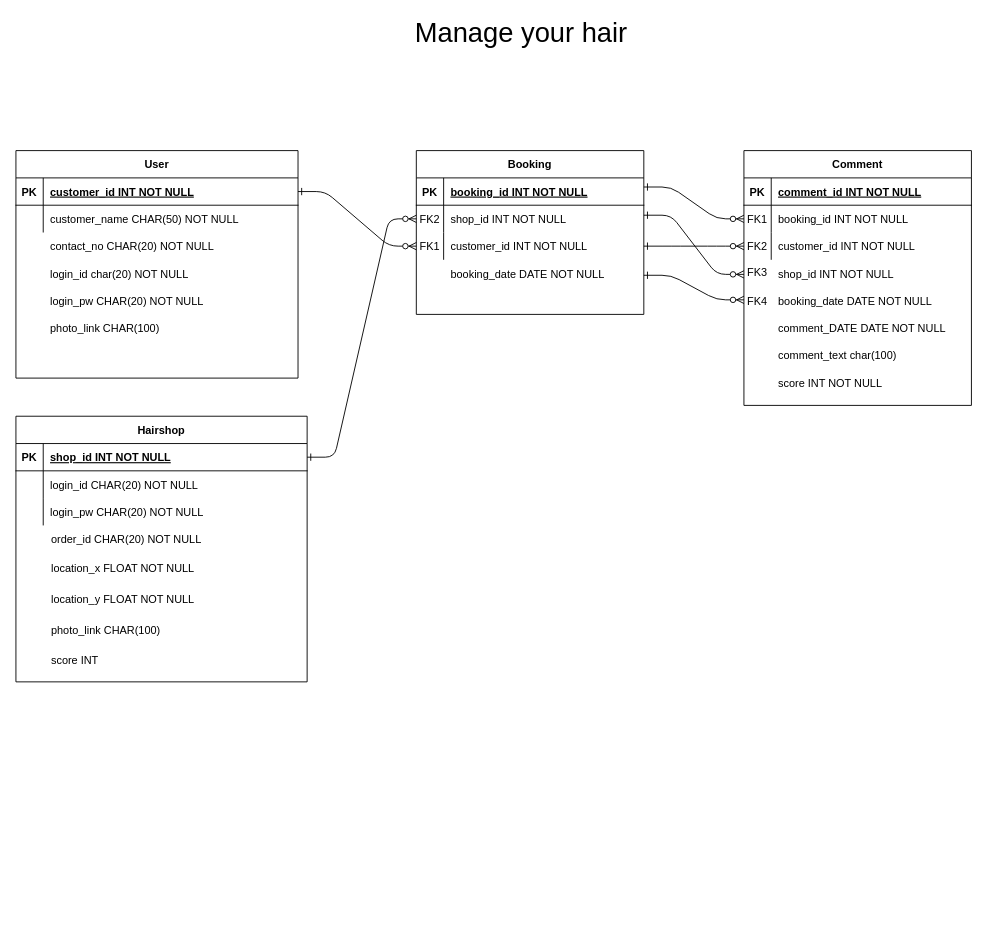
Earlier version of the draw.io diagram Untitled Diagram.drawio (pinkishincoloragain/manageyourhair). Source tidied: cells renumbered, new cells numbered last; positions are measured from the earlier drawing's top-left corner, leaving out a move shared by most shapes. Both pictures are drawn from the tidied source at 91%, with x=0, y=0 at pixel (15, 18).
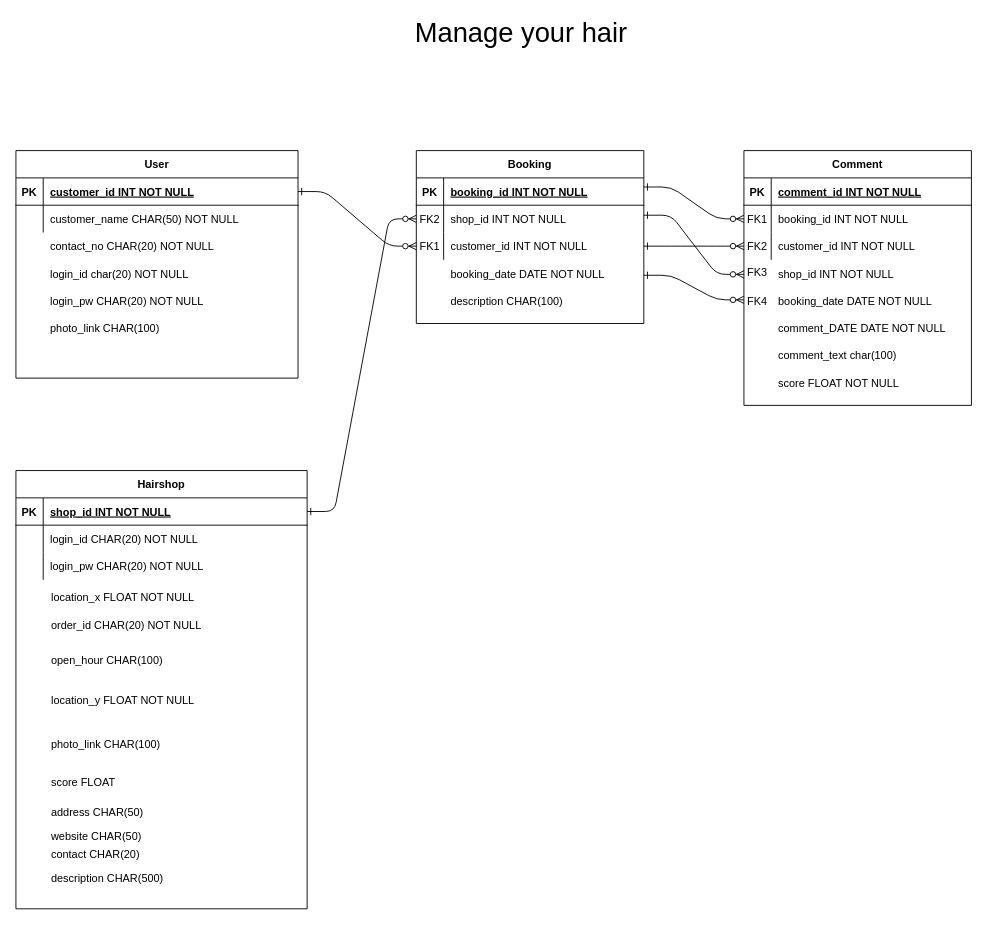
Above is the later version.

Unchanged cells that the change refers to:
```xml
<mxCell id="64" style="group;" parent="1" vertex="1">
  <mxGeometry x="800" y="145" width="250" height="280" as="geometry" />
</mxCell>
```

The edit, as a diff of the source:
```diff
@@
     <mxCell id="2" value="Booking" style="shape=table;startSize=30;childLayout=tableLayout;rowLines=0;fontStyle=1;align=center;" parent="1" vertex="1">
-      <mxGeometry x="440" y="145" width="250" height="180" as="geometry" />
+      <mxGeometry x="440" y="145" width="250" height="190" as="geometry" />
     </mxCell>
@@
     <mxCell id="37" style="group;" parent="1" vertex="1">
-      <mxGeometry y="345" width="320" height="400" as="geometry" />
+      <mxGeometry y="345" width="320" height="660" as="geometry" />
     </mxCell>
     <mxCell id="38" style="group;" parent="37" vertex="1">
-      <mxGeometry y="108.1" width="320" height="291.9" as="geometry" />
+      <mxGeometry y="178.4" width="320" height="481.6" as="geometry" />
     </mxCell>
     <mxCell id="39" value="Hairshop" style="shape=table;startSize=30;childLayout=tableLayout;rowLines=0;fontStyle=1;align=center;" parent="38" vertex="1">
-      <mxGeometry y="-16.2" width="320" height="291.9" as="geometry" />
+      <mxGeometry y="-26.8" width="320" height="481.6" as="geometry" />
     </mxCell>
@@
+    <mxCell id="61" style="shape=partialRectangle;fillColor=none;top=0;left=0;right=0;bottom=0;" parent="38" vertex="1">
+      <mxGeometry y="275" width="320" height="80.3" as="geometry" />
+    </mxCell>
+    <mxCell id="62" style="shape=partialRectangle;overflow=hidden;fillColor=none;top=0;left=0;bottom=0;right=0;" parent="61" vertex="1">
+      <mxGeometry width="31" height="80.3" as="geometry" />
+    </mxCell>
+    <mxCell id="63" value="score FLOAT" style="shape=partialRectangle;overflow=hidden;fillColor=none;top=0;left=0;bottom=0;right=0;align=left;spacingLeft=6;" parent="61" vertex="1">
+      <mxGeometry x="31" width="289" height="80.3" as="geometry" />
+    </mxCell>
     <mxCell id="49" style="shape=partialRectangle;fillColor=none;top=0;left=0;right=0;bottom=0;" parent="38" vertex="1">
-      <mxGeometry y="94.6" width="320" height="48.6" as="geometry" />
+      <mxGeometry y="102.7" width="320" height="80.3" as="geometry" />
     </mxCell>
     <mxCell id="50" style="shape=partialRectangle;overflow=hidden;fillColor=none;top=0;left=0;bottom=0;right=0;" parent="49" vertex="1">
-      <mxGeometry width="31" height="48.6" as="geometry" />
+      <mxGeometry width="31" height="80.3" as="geometry" />
     </mxCell>
     <mxCell id="51" value="order_id CHAR(20) NOT NULL" style="shape=partialRectangle;overflow=hidden;fillColor=none;top=0;left=0;bottom=0;right=0;align=left;spacingLeft=6;" parent="49" vertex="1">
-      <mxGeometry x="31" width="289" height="48.6" as="geometry" />
+      <mxGeometry x="31" width="289" height="80.3" as="geometry" />
     </mxCell>
+    <mxCell id="58" style="shape=partialRectangle;fillColor=none;top=0;left=0;right=0;bottom=0;" parent="38" vertex="1">
+      <mxGeometry y="233.5" width="320" height="80.3" as="geometry" />
+    </mxCell>
+    <mxCell id="59" style="shape=partialRectangle;overflow=hidden;fillColor=none;top=0;left=0;bottom=0;right=0;" parent="58" vertex="1">
+      <mxGeometry width="31" height="80.3" as="geometry" />
+    </mxCell>
+    <mxCell id="60" value="photo_link CHAR(100)" style="shape=partialRectangle;overflow=hidden;fillColor=none;top=0;left=0;bottom=0;right=0;align=left;spacingLeft=6;" parent="58" vertex="1">
+      <mxGeometry x="31" width="289" height="80.3" as="geometry" />
+    </mxCell>
     <mxCell id="52" style="shape=partialRectangle;fillColor=none;top=0;left=0;right=0;bottom=0;" parent="38" vertex="1">
-      <mxGeometry y="160" width="320" height="48.6" as="geometry" />
+      <mxGeometry y="184.8" width="320" height="80.3" as="geometry" />
     </mxCell>
     <mxCell id="53" style="shape=partialRectangle;overflow=hidden;fillColor=none;top=0;left=0;bottom=0;right=0;" parent="52" vertex="1">
-      <mxGeometry width="31" height="48.6" as="geometry" />
+      <mxGeometry width="31" height="80.3" as="geometry" />
     </mxCell>
     <mxCell id="54" value="location_y FLOAT NOT NULL" style="shape=partialRectangle;overflow=hidden;fillColor=none;top=0;left=0;bottom=0;right=0;align=left;spacingLeft=6;" parent="52" vertex="1">
-      <mxGeometry x="31" width="289" height="48.6" as="geometry" />
+      <mxGeometry x="31" width="289" height="80.3" as="geometry" />
     </mxCell>
+    <mxCell id="87" style="shape=partialRectangle;fillColor=none;top=0;left=0;right=0;bottom=0;" parent="38" vertex="1">
+      <mxGeometry y="298.3" width="320" height="80.3" as="geometry" />
+    </mxCell>
+    <mxCell id="88" style="shape=partialRectangle;overflow=hidden;fillColor=none;top=0;left=0;bottom=0;right=0;" parent="87" vertex="1">
+      <mxGeometry width="31" height="80.3" as="geometry" />
+    </mxCell>
     <mxCell id="55" style="shape=partialRectangle;fillColor=none;top=0;left=0;right=0;bottom=0;" parent="38" vertex="1">
-      <mxGeometry y="126.5" width="320" height="48.6" as="geometry" />
+      <mxGeometry y="71.6" width="320" height="80.3" as="geometry" />
     </mxCell>
     <mxCell id="56" style="shape=partialRectangle;overflow=hidden;fillColor=none;top=0;left=0;bottom=0;right=0;" parent="55" vertex="1">
-      <mxGeometry width="31" height="48.6" as="geometry" />
+      <mxGeometry width="31" height="80.3" as="geometry" />
     </mxCell>
     <mxCell id="57" value="location_x FLOAT NOT NULL" style="shape=partialRectangle;overflow=hidden;fillColor=none;top=0;left=0;bottom=0;right=0;align=left;spacingLeft=6;" parent="55" vertex="1">
-      <mxGeometry x="31" width="289" height="48.6" as="geometry" />
+      <mxGeometry x="31" width="289" height="80.3" as="geometry" />
     </mxCell>
-    <mxCell id="58" style="shape=partialRectangle;fillColor=none;top=0;left=0;right=0;bottom=0;" parent="38" vertex="1">
-      <mxGeometry y="194.6" width="320" height="48.6" as="geometry" />
-    </mxCell>
-    <mxCell id="59" style="shape=partialRectangle;overflow=hidden;fillColor=none;top=0;left=0;bottom=0;right=0;" parent="58" vertex="1">
-      <mxGeometry width="31" height="48.6" as="geometry" />
-    </mxCell>
-    <mxCell id="60" value="photo_link CHAR(100)" style="shape=partialRectangle;overflow=hidden;fillColor=none;top=0;left=0;bottom=0;right=0;align=left;spacingLeft=6;" parent="58" vertex="1">
-      <mxGeometry x="31" width="289" height="48.6" as="geometry" />
-    </mxCell>
-    <mxCell id="61" style="shape=partialRectangle;fillColor=none;top=0;left=0;right=0;bottom=0;" parent="38" vertex="1">
-      <mxGeometry y="227" width="320" height="48.6" as="geometry" />
-    </mxCell>
-    <mxCell id="62" style="shape=partialRectangle;overflow=hidden;fillColor=none;top=0;left=0;bottom=0;right=0;" parent="61" vertex="1">
-      <mxGeometry width="31" height="48.6" as="geometry" />
-    </mxCell>
-    <mxCell id="63" value="score INT" style="shape=partialRectangle;overflow=hidden;fillColor=none;top=0;left=0;bottom=0;right=0;align=left;spacingLeft=6;" parent="61" vertex="1">
-      <mxGeometry x="31" width="289" height="48.6" as="geometry" />
-    </mxCell>
+    <mxCell id="89" style="shape=partialRectangle;fillColor=none;top=0;left=0;right=0;bottom=0;" parent="38" vertex="1">
+      <mxGeometry y="141.6" width="320" height="80.3" as="geometry" />
+    </mxCell>
+    <mxCell id="90" style="shape=partialRectangle;overflow=hidden;fillColor=none;top=0;left=0;bottom=0;right=0;" parent="89" vertex="1">
+      <mxGeometry width="31" height="80.3" as="geometry" />
+    </mxCell>
+    <mxCell id="91" value="open_hour CHAR(100)" style="shape=partialRectangle;overflow=hidden;fillColor=none;top=0;left=0;bottom=0;right=0;align=left;spacingLeft=6;" parent="89" vertex="1">
+      <mxGeometry x="31" width="289" height="80.3" as="geometry" />
+    </mxCell>
+    <mxCell id="92" style="shape=partialRectangle;fillColor=none;top=0;left=0;right=0;bottom=0;" parent="38" vertex="1">
+      <mxGeometry y="353.2" width="320" height="41.9" as="geometry" />
+    </mxCell>
+    <mxCell id="93" style="shape=partialRectangle;overflow=hidden;fillColor=none;top=0;left=0;bottom=0;right=0;" parent="92" vertex="1">
+      <mxGeometry width="31" height="41.9" as="geometry" />
+    </mxCell>
+    <mxCell id="94" value="website CHAR(50)" style="shape=partialRectangle;overflow=hidden;fillColor=none;top=0;left=0;bottom=0;right=0;align=left;spacingLeft=6;" parent="92" vertex="1">
+      <mxGeometry x="31" width="289" height="41.9" as="geometry" />
+    </mxCell>
+    <mxCell id="95" value="address CHAR(50)" style="shape=partialRectangle;overflow=hidden;fillColor=none;top=0;left=0;bottom=0;right=0;align=left;spacingLeft=6;" parent="38" vertex="1">
+      <mxGeometry x="31" y="331.6" width="289" height="34" as="geometry" />
+    </mxCell>
+    <mxCell id="96" value="contact CHAR(20) " style="shape=partialRectangle;overflow=hidden;fillColor=none;top=0;left=0;bottom=0;right=0;align=left;spacingLeft=6;" parent="38" vertex="1">
+      <mxGeometry x="31" y="381.6" width="289" height="25.9" as="geometry" />
+    </mxCell>
+    <mxCell id="97" value="description CHAR(500) " style="shape=partialRectangle;overflow=hidden;fillColor=none;top=0;left=0;bottom=0;right=0;align=left;spacingLeft=6;" parent="38" vertex="1">
+      <mxGeometry x="31" y="407.6" width="289" height="25.9" as="geometry" />
+    </mxCell>
@@
-    <mxCell id="81" value="score INT NOT NULL" style="shape=partialRectangle;overflow=hidden;fillColor=none;top=0;left=0;bottom=0;right=0;align=left;spacingLeft=6;" parent="64" vertex="1">
+    <mxCell id="81" value="score FLOAT NOT NULL" style="shape=partialRectangle;overflow=hidden;fillColor=none;top=0;left=0;bottom=0;right=0;align=left;spacingLeft=6;" parent="64" vertex="1">
       <mxGeometry x="30" y="240" width="220" height="30" as="geometry" />
     </mxCell>
@@
+    <mxCell id="98" value="description CHAR(100) " style="shape=partialRectangle;overflow=hidden;fillColor=none;top=0;left=0;bottom=0;right=0;align=left;spacingLeft=6;" parent="1" vertex="1">
+      <mxGeometry x="470" y="295" width="220" height="30" as="geometry" />
+    </mxCell>
```
